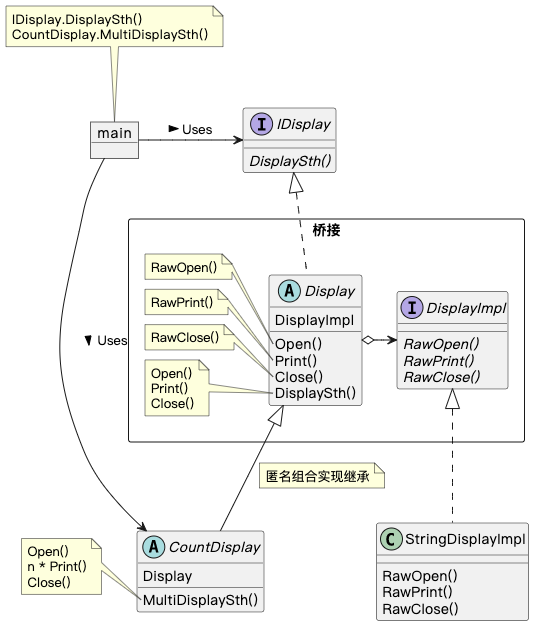
Earlier version of the PlantUML export 09_bridge/bridge.png (A11Might/golang-design-pattern). Its source is kept beside it as 09_bridge/bridge.puml.
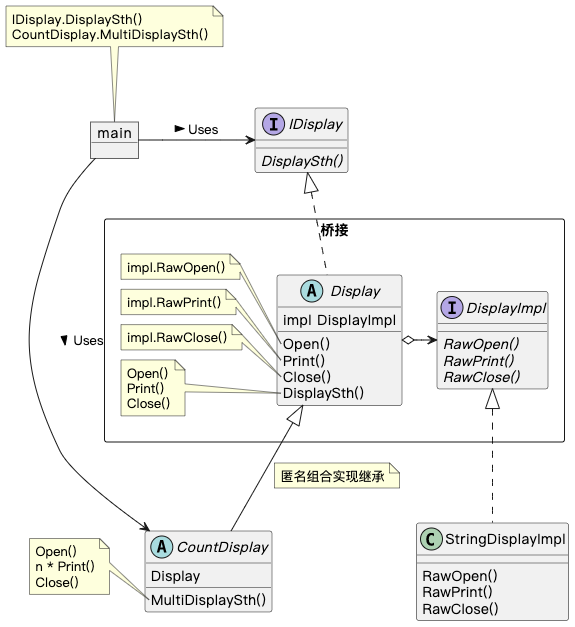
After the change.

Commit message:
prefect bridge pattern

Diff of the diagram source:
```diff
@@ -10,20 +10,20 @@
 }
 package 桥接 <<rectangle>> {
     abstract class Display {
-        DisplayImpl
+        impl DisplayImpl
         Open()
         Print()
         Close()
         DisplaySth()
     }
     note left of Display::Open
-    RawOpen()
+    impl.RawOpen()
     end note
     note left of Display::Print
-    RawPrint()
+    impl.RawPrint()
     end note
     note left of Display::Close
-    RawClose()
+    impl.RawClose()
     end note
     note left of Display::DisplaySth
     Open()
```
